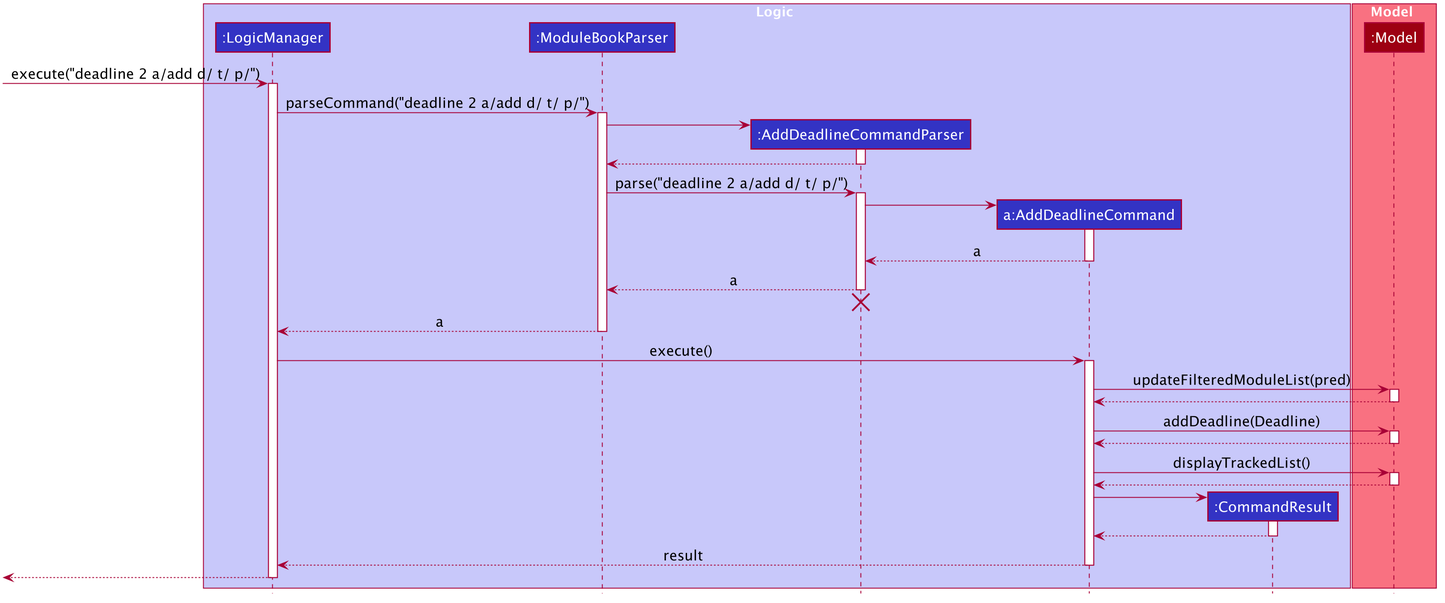
The PlantUML diagram docs/images/AddDeadlineSequenceDiagram.png in Kzrthikz/main, before a commit.
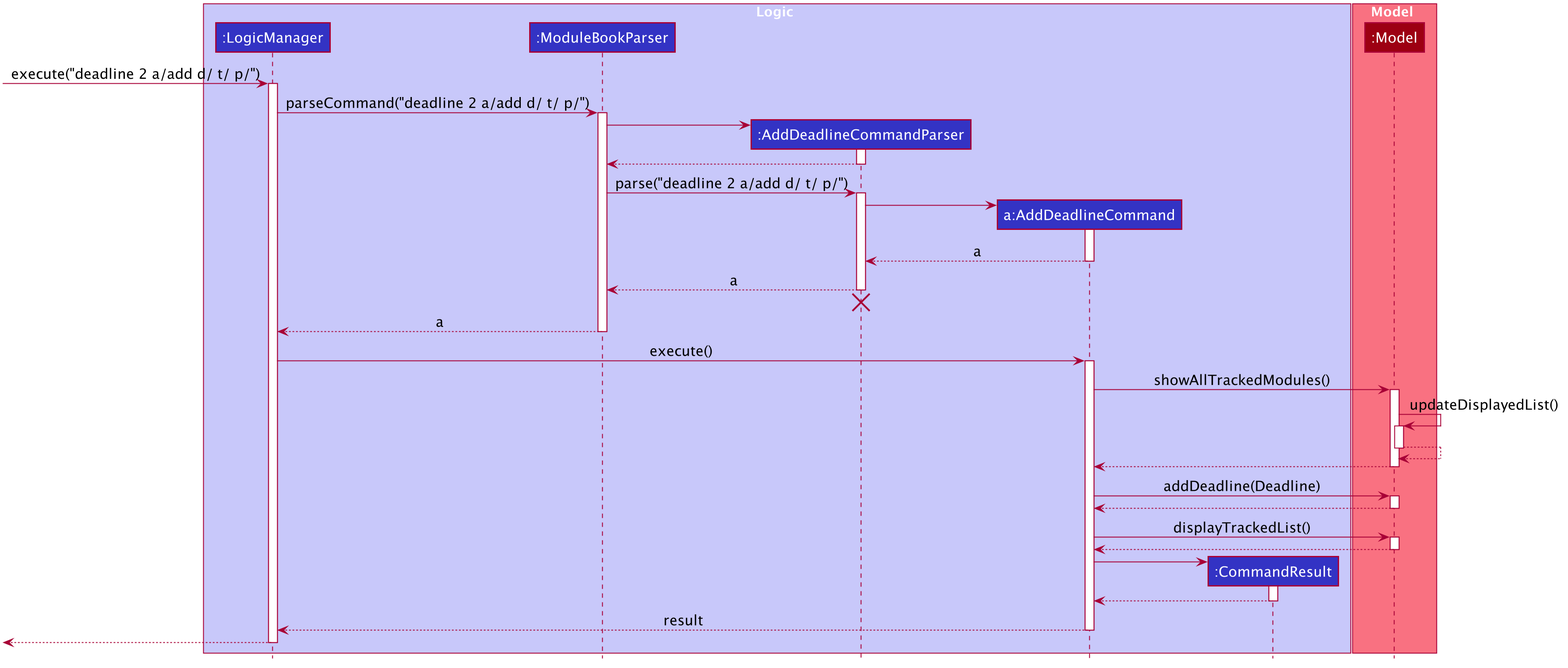
Above is the later version.

Commit message:
update ug with pics, dg sequence diagram

What changed in the source:
```diff
@@ -99,8 +99,14 @@
 LogicManager -> AddDeadlineCommand : execute()
 activate AddDeadlineCommand
 
-AddDeadlineCommand -> Model : updateFilteredModuleList(pred)
+AddDeadlineCommand -> Model : showAllTrackedModules()
 activate Model
+
+Model -> Model : updateDisplayedList()
+activate Model
+
+Model --> Model
+deactivate Model
 
 Model --> AddDeadlineCommand
 deactivate Model
```
